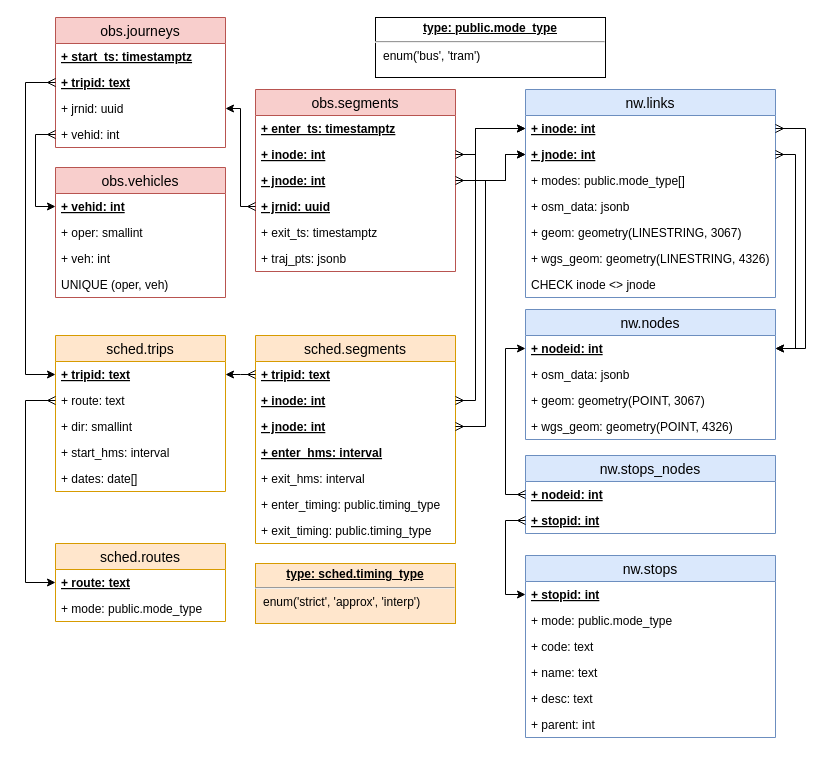
This is page "production" (1 of 4) of docs/sujuikoDB.drawio from datarttu/sujuikoDB, a draw.io file, before an edit. Source tidied: cells renumbered, new cells numbered last; positions are measured from the earlier drawing's top-left corner, leaving out a move shared by most shapes. Both pictures are drawn from the tidied source at 100%, with x=0, y=0 at pixel (25, 17).
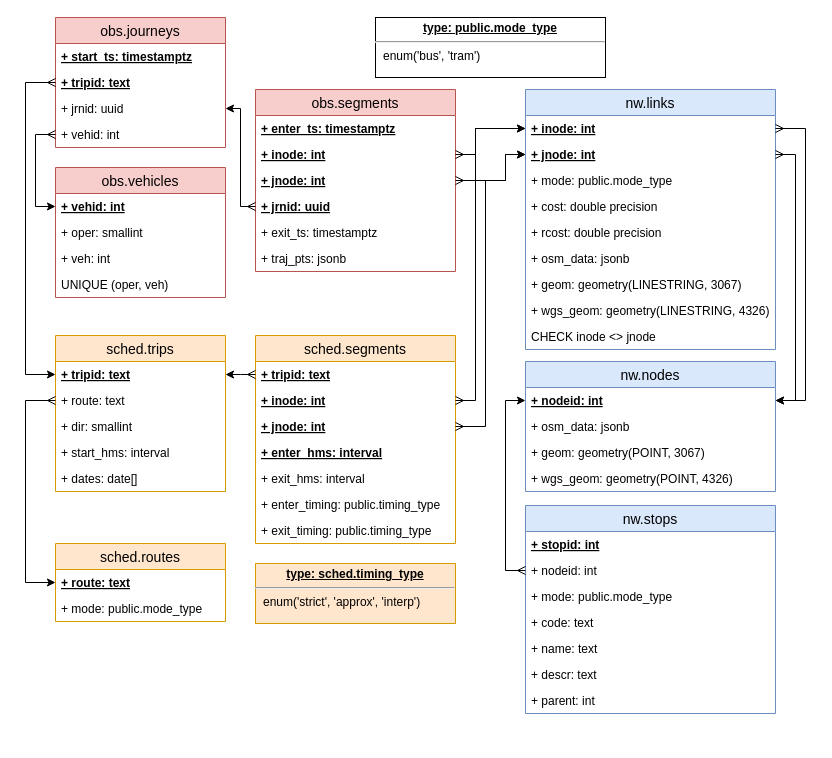
The same diagram, later.

The change refers to these unchanged cells:
```xml
<mxCell id="24" value="+ stopid: int" style="text;strokeColor=none;fillColor=none;spacingLeft=4;spacingRight=4;overflow=hidden;points=[[0,0.5],[1,0.5]];portConstraint=eastwest;fontSize=12;fontStyle=5;" parent="23" vertex="1">
  <mxGeometry y="26" width="250" height="26" as="geometry" />
</mxCell>
```

What changed in the source:
```diff
@@
     <mxCell id="9" value="nw.links" style="swimlane;fontStyle=0;horizontal=1;startSize=26;fillColor=#dae8fc;swimlaneFillColor=#ffffff;align=center;fontSize=14;strokeColor=#6c8ebf;" parent="1" vertex="1">
-      <mxGeometry x="500" y="72" width="250" height="208" as="geometry" />
+      <mxGeometry x="500" y="72" width="250" height="260" as="geometry" />
     </mxCell>
@@
-    <mxCell id="12" value="+ modes: public.mode_type[]" style="text;strokeColor=none;fillColor=none;spacingLeft=4;spacingRight=4;overflow=hidden;fontSize=12;" parent="9" vertex="1">
+    <mxCell id="12" value="+ mode: public.mode_type" style="text;strokeColor=none;fillColor=none;spacingLeft=4;spacingRight=4;overflow=hidden;fontSize=12;" parent="9" vertex="1">
       <mxGeometry y="78" width="250" height="26" as="geometry" />
     </mxCell>
+    <mxCell id="74" value="+ cost: double precision" style="text;strokeColor=none;fillColor=none;spacingLeft=4;spacingRight=4;overflow=hidden;fontSize=12;" parent="9" vertex="1">
+      <mxGeometry y="104" width="250" height="26" as="geometry" />
+    </mxCell>
+    <mxCell id="75" value="+ rcost: double precision" style="text;strokeColor=none;fillColor=none;spacingLeft=4;spacingRight=4;overflow=hidden;fontSize=12;" parent="9" vertex="1">
+      <mxGeometry y="130" width="250" height="26" as="geometry" />
+    </mxCell>
     <mxCell id="13" value="+ osm_data: jsonb" style="text;strokeColor=none;fillColor=none;spacingLeft=4;spacingRight=4;overflow=hidden;fontSize=12;" parent="9" vertex="1">
-      <mxGeometry y="104" width="250" height="26" as="geometry" />
+      <mxGeometry y="156" width="250" height="26" as="geometry" />
     </mxCell>
     <mxCell id="14" value="+ geom: geometry(LINESTRING, 3067)" style="text;strokeColor=none;fillColor=none;spacingLeft=4;spacingRight=4;overflow=hidden;fontSize=12;" parent="9" vertex="1">
-      <mxGeometry y="130" width="250" height="26" as="geometry" />
+      <mxGeometry y="182" width="250" height="26" as="geometry" />
     </mxCell>
     <mxCell id="15" value="+ wgs_geom: geometry(LINESTRING, 4326)" style="text;strokeColor=none;fillColor=none;spacingLeft=4;spacingRight=4;overflow=hidden;fontSize=12;" parent="9" vertex="1">
-      <mxGeometry y="156" width="250" height="26" as="geometry" />
+      <mxGeometry y="208" width="250" height="26" as="geometry" />
     </mxCell>
     <mxCell id="16" value="CHECK inode &lt;&gt; jnode" style="text;strokeColor=none;fillColor=none;spacingLeft=4;spacingRight=4;overflow=hidden;fontSize=12;" parent="9" vertex="1">
-      <mxGeometry y="182" width="250" height="26" as="geometry" />
+      <mxGeometry y="234" width="250" height="26" as="geometry" />
     </mxCell>
@@
     <mxCell id="18" value="nw.nodes" style="swimlane;fontStyle=0;horizontal=1;startSize=26;fillColor=#dae8fc;swimlaneFillColor=#ffffff;align=center;fontSize=14;strokeColor=#6c8ebf;" parent="1" vertex="1">
-      <mxGeometry x="500" y="292" width="250" height="130" as="geometry" />
+      <mxGeometry x="500" y="344" width="250" height="130" as="geometry" />
     </mxCell>
@@
     <mxCell id="23" value="nw.stops" style="swimlane;fontStyle=0;horizontal=1;startSize=26;fillColor=#dae8fc;swimlaneFillColor=#ffffff;align=center;fontSize=14;strokeColor=#6c8ebf;" parent="1" vertex="1">
-      <mxGeometry x="500" y="538" width="250" height="182" as="geometry" />
+      <mxGeometry x="500" y="488" width="250" height="208" as="geometry" />
     </mxCell>
@@
+    <mxCell id="70" value="+ nodeid: int" style="text;strokeColor=none;fillColor=none;spacingLeft=4;spacingRight=4;overflow=hidden;points=[[0,0.5],[1,0.5]];portConstraint=eastwest;fontSize=12;" parent="23" vertex="1">
+      <mxGeometry y="52" width="250" height="26" as="geometry" />
+    </mxCell>
     <mxCell id="25" value="+ mode: public.mode_type" style="text;strokeColor=none;fillColor=none;spacingLeft=4;spacingRight=4;overflow=hidden;fontSize=12;" parent="23" vertex="1">
-      <mxGeometry y="52" width="250" height="26" as="geometry" />
+      <mxGeometry y="78" width="250" height="26" as="geometry" />
     </mxCell>
     <mxCell id="26" value="+ code: text" style="text;strokeColor=none;fillColor=none;spacingLeft=4;spacingRight=4;overflow=hidden;fontSize=12;" parent="23" vertex="1">
-      <mxGeometry y="78" width="250" height="26" as="geometry" />
+      <mxGeometry y="104" width="250" height="26" as="geometry" />
     </mxCell>
     <mxCell id="27" value="+ name: text" style="text;strokeColor=none;fillColor=none;spacingLeft=4;spacingRight=4;overflow=hidden;fontSize=12;" parent="23" vertex="1">
-      <mxGeometry y="104" width="250" height="26" as="geometry" />
+      <mxGeometry y="130" width="250" height="26" as="geometry" />
     </mxCell>
-    <mxCell id="28" value="+ desc: text" style="text;strokeColor=none;fillColor=none;spacingLeft=4;spacingRight=4;overflow=hidden;fontSize=12;" parent="23" vertex="1">
-      <mxGeometry y="130" width="250" height="26" as="geometry" />
+    <mxCell id="28" value="+ descr: text" style="text;strokeColor=none;fillColor=none;spacingLeft=4;spacingRight=4;overflow=hidden;fontSize=12;" parent="23" vertex="1">
+      <mxGeometry y="156" width="250" height="26" as="geometry" />
     </mxCell>
     <mxCell id="29" value="+ parent: int" style="text;strokeColor=none;fillColor=none;spacingLeft=4;spacingRight=4;overflow=hidden;fontSize=12;" parent="23" vertex="1">
-      <mxGeometry y="156" width="250" height="26" as="geometry" />
+      <mxGeometry y="182" width="250" height="26" as="geometry" />
     </mxCell>
@@
-    <mxCell id="69" value="nw.stops_nodes" style="swimlane;fontStyle=0;horizontal=1;startSize=26;fillColor=#dae8fc;swimlaneFillColor=#ffffff;align=center;fontSize=14;strokeColor=#6c8ebf;" parent="1" vertex="1">
-      <mxGeometry x="500" y="438" width="250" height="78" as="geometry" />
-    </mxCell>
-    <mxCell id="70" value="+ nodeid: int" style="text;strokeColor=none;fillColor=none;spacingLeft=4;spacingRight=4;overflow=hidden;points=[[0,0.5],[1,0.5]];portConstraint=eastwest;fontSize=12;fontStyle=5;" parent="69" vertex="1">
-      <mxGeometry y="26" width="250" height="26" as="geometry" />
-    </mxCell>
-    <mxCell id="71" value="+ stopid: int" style="text;strokeColor=none;fillColor=none;spacingLeft=4;spacingRight=4;overflow=hidden;points=[[0,0.5],[1,0.5]];portConstraint=eastwest;fontSize=12;fontStyle=5;" parent="69" vertex="1">
-      <mxGeometry y="52" width="250" height="26" as="geometry" />
-    </mxCell>
-    <mxCell id="72" style="edgeStyle=orthogonalEdgeStyle;rounded=0;jettySize=auto;html=1;exitX=0;exitY=0.5;exitDx=0;exitDy=0;entryX=0;entryY=0.5;entryDx=0;entryDy=0;startArrow=ERmany;startFill=0;" parent="1" edge="1" source="71" target="24">
-      <mxGeometry relative="1" as="geometry" />
-    </mxCell>
```
